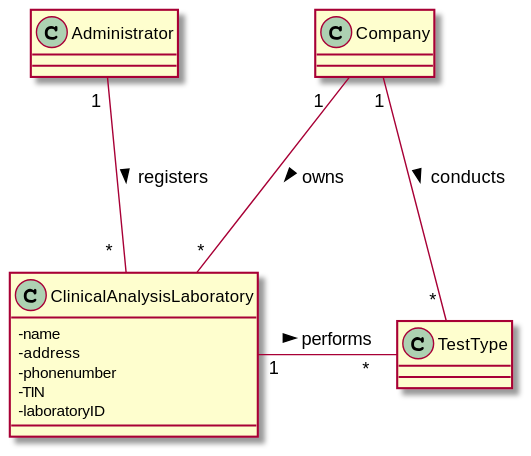
Before: docs/SprintB/US8/US8_DM.svg, a diagram exported from PlantUML (MadDinosaur/ISEP-LAPR2).
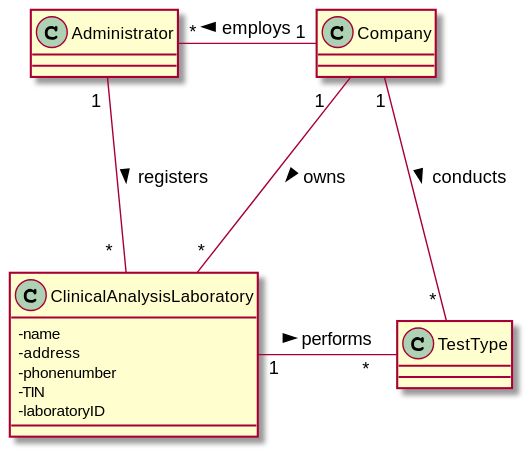
Above is the later version.

Commit message:
Completed US8 domain model.

Change to the diagram source:
```diff
@@ -12,6 +12,7 @@
 }
 class TestType
 
+Administrator "*" - "1" Company : employs <
 Administrator "1 "---" *  " ClinicalAnalysisLaboratory : registers >
 Company "1   " --- "*" ClinicalAnalysisLaboratory: owns >
 Company "1" --- " * " TestType: conducts >
```
